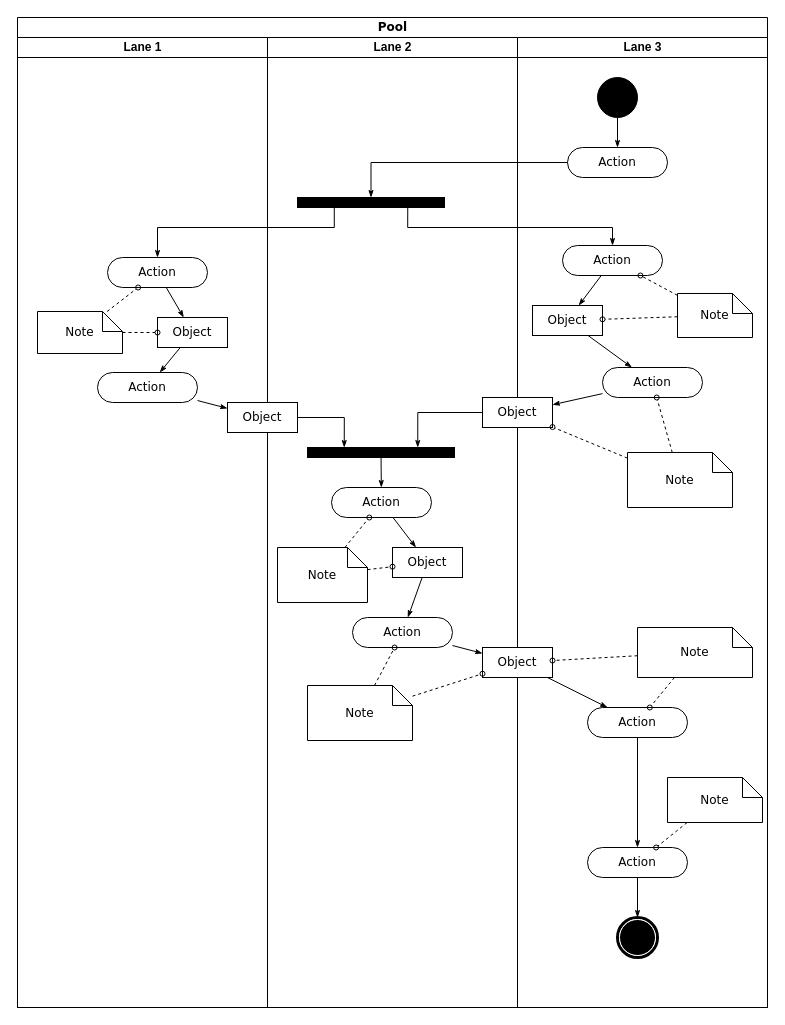
The draw.io diagram UML-activity-diagram.drawio in Juutar/COMP20050SEP2-1, before the edit. Source tidied: cells renumbered, new cells numbered last; positions are measured from the earlier drawing's top-left corner, leaving out a move shared by most shapes. Both pictures are drawn from the tidied source at 100%, with x=0, y=0 at pixel (17, 17).
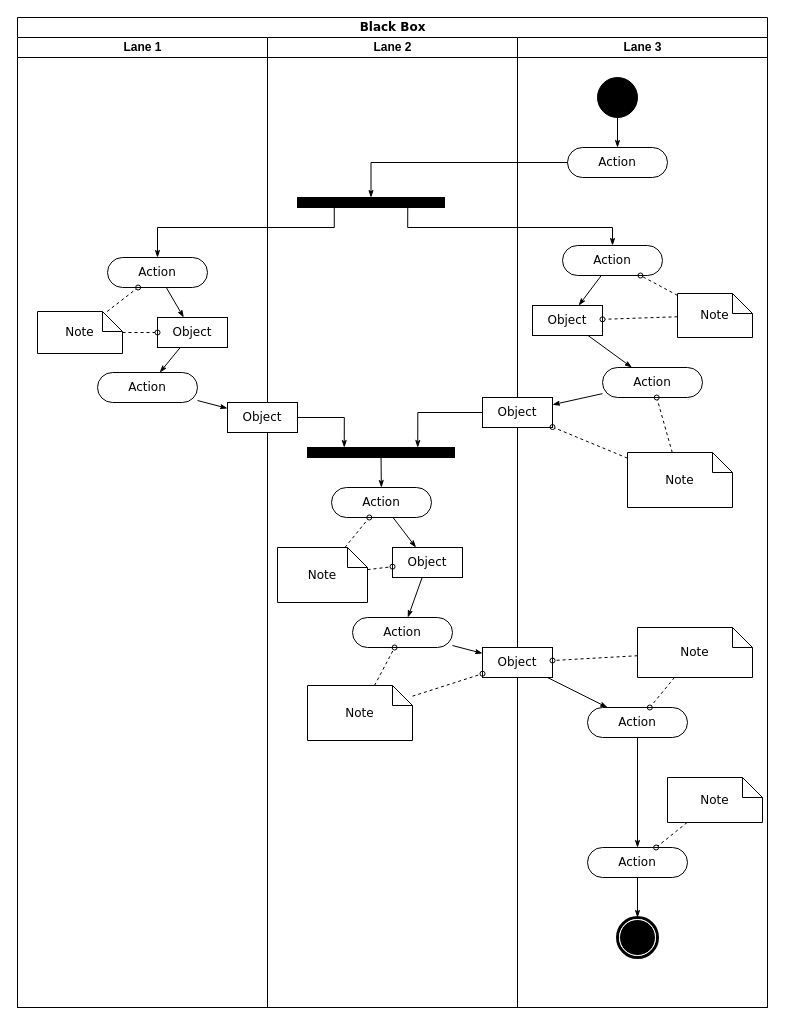
The same page after the edit.

Diff of the diagram source:
```diff
@@
-    <mxCell id="2" value="Pool" style="swimlane;html=1;startSize=20;rounded=0;shadow=0;comic=0;labelBackgroundColor=none;strokeWidth=1;fontFamily=Verdana;fontSize=12;align=center;" parent="1" vertex="1">
+    <mxCell id="2" value="Black Box" style="swimlane;html=1;startSize=20;rounded=0;shadow=0;comic=0;labelBackgroundColor=none;strokeWidth=1;fontFamily=Verdana;fontSize=12;align=center;" parent="1" vertex="1">
       <mxGeometry width="750" height="990" as="geometry" />
     </mxCell>
```
